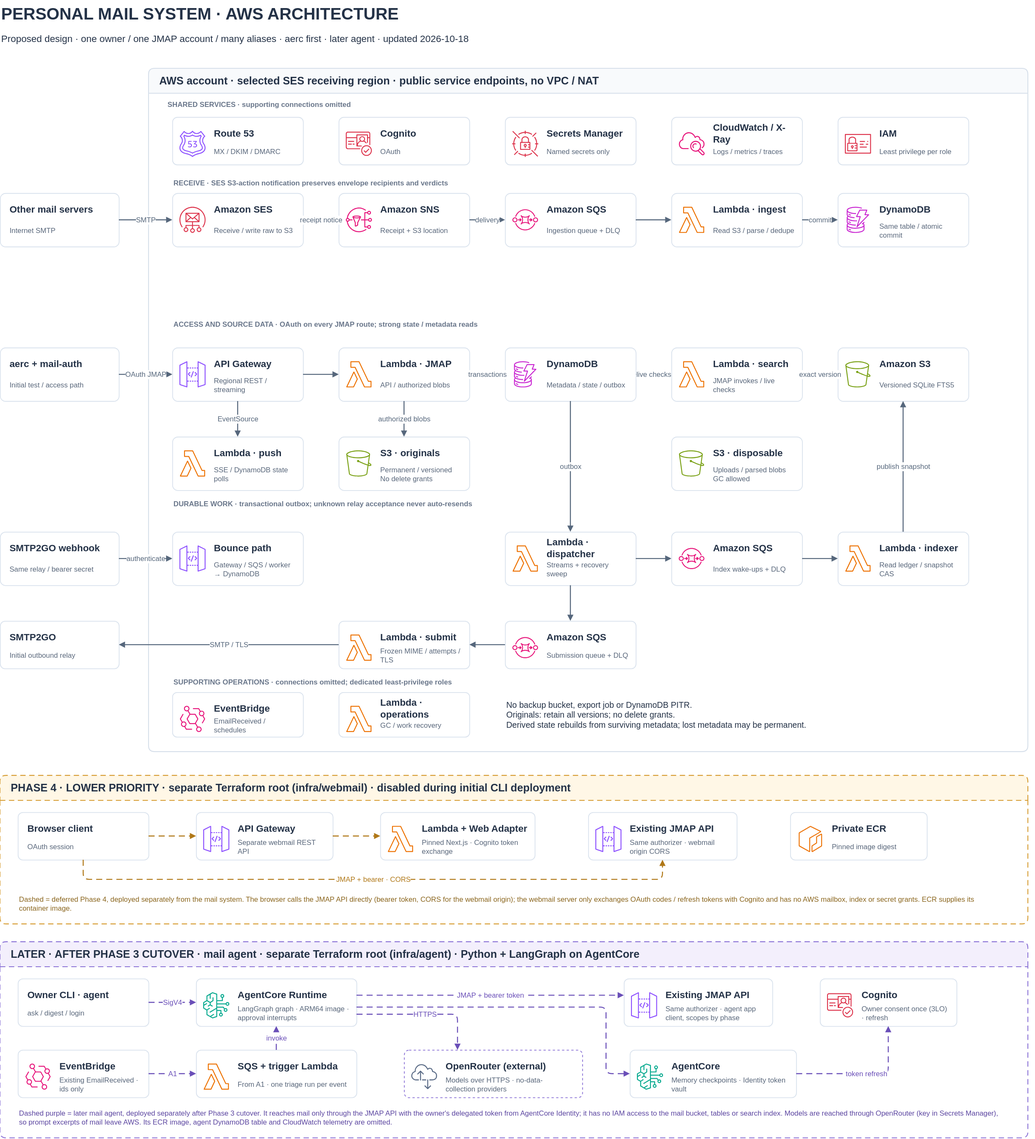
This is docs/diagrams/aws-mail-system.drawio.svg from zero11-0203/s3mail, a draw.io export, as it was before one commit. Source tidied: cells renumbered, new cells last; positions are measured from the earlier drawing's top-left corner, leaving out a move shared by most shapes.
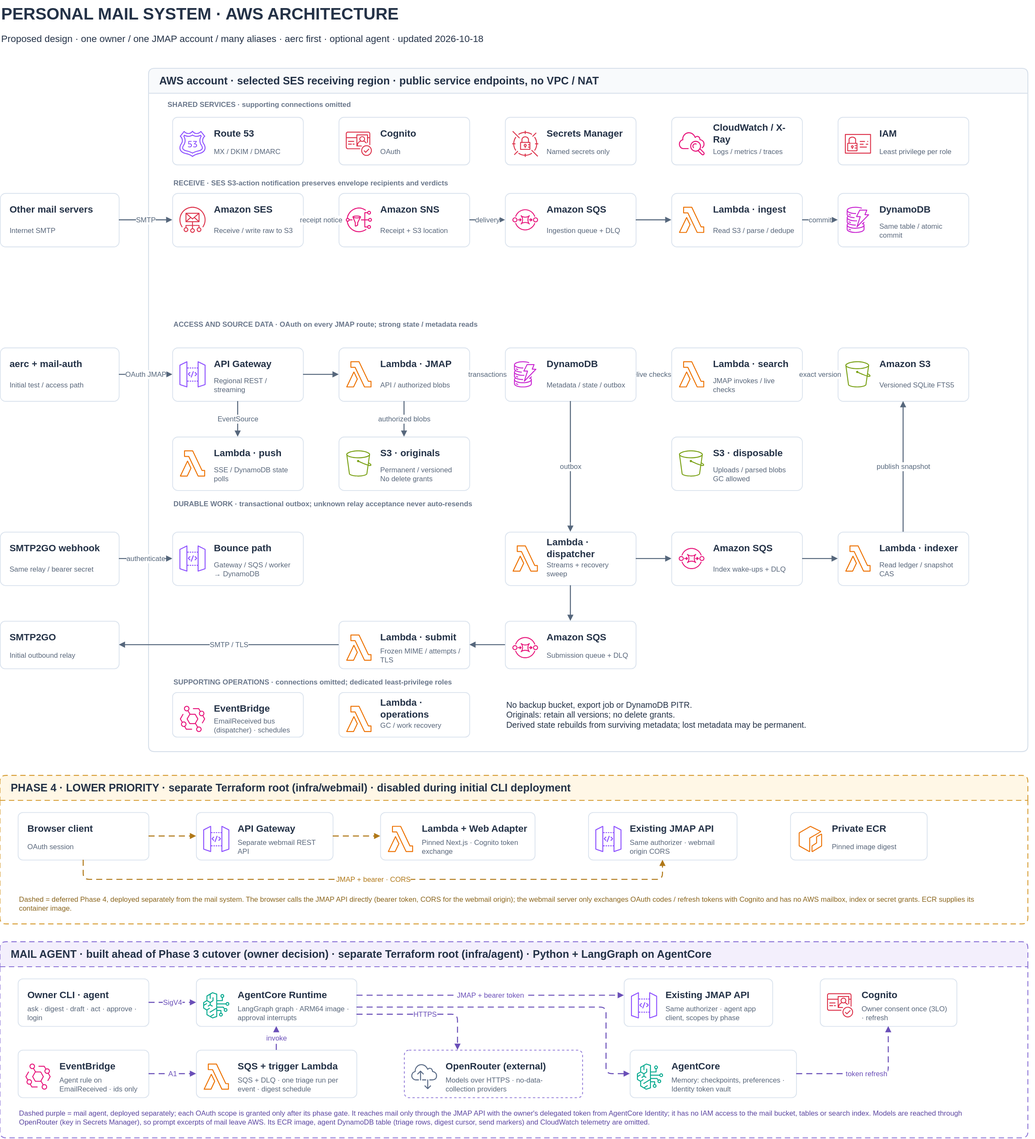
Above is the later version.

The edit, as a diff of the source:
```diff
@@ -5,7 +5,7 @@
     <mxCell id="2" value="PERSONAL MAIL SYSTEM · AWS ARCHITECTURE" style="whiteSpace=wrap;fontFamily=Helvetica;fontColor=#243247;text;strokeColor=none;fillColor=none;align=left;verticalAlign=middle;fontSize=28;fontColor=#243247;fontStyle=1;html=1;" parent="1" vertex="1">
       <mxGeometry width="1740" height="45" as="geometry" />
     </mxCell>
-    <mxCell id="3" value="Proposed design · one owner / one JMAP account / many aliases · aerc first · later agent · updated 2026-10-18" style="whiteSpace=wrap;fontFamily=Helvetica;fontColor=#243247;text;strokeColor=none;fillColor=none;align=left;verticalAlign=middle;fontSize=16;fontColor=#243247;fontStyle=0;html=1;" parent="1" vertex="1">
+    <mxCell id="3" value="Proposed design · one owner / one JMAP account / many aliases · aerc first · optional agent · updated 2026-10-18" style="whiteSpace=wrap;fontFamily=Helvetica;fontColor=#243247;text;strokeColor=none;fillColor=none;align=left;verticalAlign=middle;fontSize=16;fontColor=#243247;fontStyle=0;html=1;" parent="1" vertex="1">
       <mxGeometry y="50" width="1740" height="30" as="geometry" />
     </mxCell>
     <mxCell id="4" value="AWS account · selected SES receiving region · public service endpoints, no VPC / NAT" style="whiteSpace=wrap;fontFamily=Helvetica;fontColor=#243247;swimlane;startSize=42;rounded=1;arcSize=8;horizontal=1;align=left;spacingLeft=16;fontSize=18;fontStyle=1;strokeWidth=1.5;strokeColor=#D6DFEA;fillColor=#F8FAFC;swimlaneFillColor=#FFFFFF;html=1;" parent="1" vertex="1">
@@ -311,7 +311,7 @@
     <mxCell id="104" value="EventBridge" style="whiteSpace=wrap;fontFamily=Helvetica;fontColor=#243247;text;strokeColor=none;fillColor=none;align=left;verticalAlign=middle;fontSize=16;fontColor=#243247;fontStyle=1;html=1;" parent="102" vertex="1">
       <mxGeometry x="68" y="12" width="142" height="30" as="geometry" />
     </mxCell>
-    <mxCell id="105" value="EmailReceived / schedules" style="whiteSpace=wrap;fontFamily=Helvetica;fontColor=#243247;text;strokeColor=none;fillColor=none;align=left;verticalAlign=middle;fontSize=12;fontColor=#59677B;fontStyle=0;html=1;" parent="102" vertex="1">
+    <mxCell id="105" value="EmailReceived bus (dispatcher) · schedules" style="whiteSpace=wrap;fontFamily=Helvetica;fontColor=#243247;text;strokeColor=none;fillColor=none;align=left;verticalAlign=middle;fontSize=12;fontColor=#59677B;fontStyle=0;html=1;" parent="102" vertex="1">
       <mxGeometry x="68" y="42" width="142" height="27" as="geometry" />
     </mxCell>
     <mxCell id="106" style="whiteSpace=wrap;fontFamily=Helvetica;fontColor=#243247;rounded=1;arcSize=10;strokeColor=#D9E2ED;fillColor=#FFFFFF;strokeWidth=1.3;html=1;" parent="4" vertex="1">
@@ -514,7 +514,7 @@
     <mxCell id="170" value="Dashed = deferred Phase 4, deployed separately from the mail system. The browser calls the JMAP API directly (bearer token, CORS for the webmail origin); the webmail server only exchanges OAuth codes / refresh tokens with Cognito and has no AWS mailbox, index or secret grants. ECR supplies its container image." style="whiteSpace=wrap;fontFamily=Helvetica;fontColor=#243247;text;strokeColor=none;fillColor=none;align=left;verticalAlign=middle;fontSize=12;fontColor=#8A651D;fontStyle=0;html=1;" parent="147" vertex="1">
       <mxGeometry x="30" y="198" width="1650" height="36" as="geometry" />
     </mxCell>
-    <mxCell id="171" value="LATER · AFTER PHASE 3 CUTOVER · mail agent · separate Terraform root (infra/agent) · Python + LangGraph on AgentCore" style="whiteSpace=wrap;fontFamily=Helvetica;fontColor=#243247;swimlane;startSize=42;rounded=1;arcSize=8;horizontal=1;align=left;spacingLeft=16;fontSize=18;fontStyle=1;strokeWidth=1.5;strokeColor=#8B73D6;fillColor=#F3EFFC;swimlaneFillColor=#FFFFFF;dashed=1;dashPattern=6 4;html=1;" parent="1" vertex="1">
+    <mxCell id="171" value="MAIL AGENT · built ahead of Phase 3 cutover (owner decision) · separate Terraform root (infra/agent) · Python + LangGraph on AgentCore" style="whiteSpace=wrap;fontFamily=Helvetica;fontColor=#243247;swimlane;startSize=42;rounded=1;arcSize=8;horizontal=1;align=left;spacingLeft=16;fontSize=18;fontStyle=1;strokeWidth=1.5;strokeColor=#8B73D6;fillColor=#F3EFFC;swimlaneFillColor=#FFFFFF;dashed=1;dashPattern=6 4;html=1;" parent="1" vertex="1">
       <mxGeometry y="1585" width="1730" height="330" as="geometry" />
     </mxCell>
     <mxCell id="172" style="whiteSpace=wrap;fontFamily=Helvetica;fontColor=#243247;rounded=1;arcSize=10;strokeColor=#D9E2ED;fillColor=#FFFFFF;strokeWidth=1.3;html=1;" parent="171" vertex="1">
@@ -523,7 +523,7 @@
     <mxCell id="173" value="Owner CLI · agent" style="whiteSpace=wrap;fontFamily=Helvetica;fontColor=#243247;text;strokeColor=none;fillColor=none;align=left;verticalAlign=middle;fontSize=16;fontColor=#243247;fontStyle=1;html=1;" parent="172" vertex="1">
       <mxGeometry x="14" y="12" width="196" height="30" as="geometry" />
     </mxCell>
-    <mxCell id="174" value="ask / digest / login" style="whiteSpace=wrap;fontFamily=Helvetica;fontColor=#243247;text;strokeColor=none;fillColor=none;align=left;verticalAlign=middle;fontSize=12;fontColor=#59677B;fontStyle=0;html=1;" parent="172" vertex="1">
+    <mxCell id="174" value="ask · digest · draft · act · approve · login" style="whiteSpace=wrap;fontFamily=Helvetica;fontColor=#243247;text;strokeColor=none;fillColor=none;align=left;verticalAlign=middle;fontSize=12;fontColor=#59677B;fontStyle=0;html=1;" parent="172" vertex="1">
       <mxGeometry x="14" y="42" width="196" height="32" as="geometry" />
     </mxCell>
     <mxCell id="175" style="whiteSpace=wrap;fontFamily=Helvetica;fontColor=#243247;rounded=1;arcSize=10;strokeColor=#D9E2ED;fillColor=#FFFFFF;strokeWidth=1.3;html=1;" parent="171" vertex="1">
@@ -571,7 +571,7 @@
     <mxCell id="189" value="EventBridge" style="whiteSpace=wrap;fontFamily=Helvetica;fontColor=#243247;text;strokeColor=none;fillColor=none;align=left;verticalAlign=middle;fontSize=16;fontColor=#243247;fontStyle=1;html=1;" parent="187" vertex="1">
       <mxGeometry x="68" y="12" width="142" height="30" as="geometry" />
     </mxCell>
-    <mxCell id="190" value="Existing EmailReceived · ids only" style="whiteSpace=wrap;fontFamily=Helvetica;fontColor=#243247;text;strokeColor=none;fillColor=none;align=left;verticalAlign=middle;fontSize=12;fontColor=#59677B;fontStyle=0;html=1;" parent="187" vertex="1">
+    <mxCell id="190" value="Agent rule on EmailReceived · ids only" style="whiteSpace=wrap;fontFamily=Helvetica;fontColor=#243247;text;strokeColor=none;fillColor=none;align=left;verticalAlign=middle;fontSize=12;fontColor=#59677B;fontStyle=0;html=1;" parent="187" vertex="1">
       <mxGeometry x="68" y="42" width="142" height="32" as="geometry" />
     </mxCell>
     <mxCell id="191" style="whiteSpace=wrap;fontFamily=Helvetica;fontColor=#243247;rounded=1;arcSize=10;strokeColor=#D9E2ED;fillColor=#FFFFFF;strokeWidth=1.3;html=1;" parent="171" vertex="1">
@@ -583,7 +583,7 @@
     <mxCell id="193" value="SQS + trigger Lambda" style="whiteSpace=wrap;fontFamily=Helvetica;fontColor=#243247;text;strokeColor=none;fillColor=none;align=left;verticalAlign=middle;fontSize=16;fontColor=#243247;fontStyle=1;html=1;" parent="191" vertex="1">
       <mxGeometry x="68" y="12" width="192" height="30" as="geometry" />
     </mxCell>
-    <mxCell id="194" value="From A1 · one triage run per event" style="whiteSpace=wrap;fontFamily=Helvetica;fontColor=#243247;text;strokeColor=none;fillColor=none;align=left;verticalAlign=middle;fontSize=12;fontColor=#59677B;fontStyle=0;html=1;" parent="191" vertex="1">
+    <mxCell id="194" value="SQS + DLQ · one triage run per event · digest schedule" style="whiteSpace=wrap;fontFamily=Helvetica;fontColor=#243247;text;strokeColor=none;fillColor=none;align=left;verticalAlign=middle;fontSize=12;fontColor=#59677B;fontStyle=0;html=1;" parent="191" vertex="1">
       <mxGeometry x="68" y="42" width="192" height="32" as="geometry" />
     </mxCell>
     <mxCell id="195" style="whiteSpace=wrap;fontFamily=Helvetica;fontColor=#243247;rounded=1;arcSize=10;strokeColor=#D9E2ED;fillColor=#FFFFFF;strokeWidth=1.3;html=1;" parent="171" vertex="1">
@@ -595,7 +595,7 @@
     <mxCell id="197" value="AgentCore" style="whiteSpace=wrap;fontFamily=Helvetica;fontColor=#243247;text;strokeColor=none;fillColor=none;align=left;verticalAlign=middle;fontSize=16;fontColor=#243247;fontStyle=1;html=1;" parent="195" vertex="1">
       <mxGeometry x="68" y="12" width="202" height="30" as="geometry" />
     </mxCell>
-    <mxCell id="198" value="Memory checkpoints · Identity token vault" style="whiteSpace=wrap;fontFamily=Helvetica;fontColor=#243247;text;strokeColor=none;fillColor=none;align=left;verticalAlign=middle;fontSize=12;fontColor=#59677B;fontStyle=0;html=1;" parent="195" vertex="1">
+    <mxCell id="198" value="Memory: checkpoints, preferences · Identity token vault" style="whiteSpace=wrap;fontFamily=Helvetica;fontColor=#243247;text;strokeColor=none;fillColor=none;align=left;verticalAlign=middle;fontSize=12;fontColor=#59677B;fontStyle=0;html=1;" parent="195" vertex="1">
       <mxGeometry x="68" y="42" width="202" height="32" as="geometry" />
     </mxCell>
     <mxCell id="199" style="whiteSpace=wrap;fontFamily=Helvetica;fontColor=#243247;rounded=1;arcSize=10;strokeColor=#8B73D6;fillColor=#FFFFFF;strokeWidth=1.3;dashed=1;dashPattern=3 3;html=1;" parent="171" vertex="1">
@@ -636,7 +636,7 @@
     <mxCell id="209" value="token refresh" style="edgeStyle=orthogonalEdgeStyle;rounded=1;html=1;endArrow=block;endFill=1;strokeColor=#6A4FB8;strokeWidth=1.7;fontFamily=Helvetica;fontSize=12;fontColor=#6A4FB8;labelBackgroundColor=#FFFFFF;dashed=1;dashPattern=6 4;exitX=1;exitY=0.5;exitDx=0;exitDy=0;entryX=0.5;entryY=1;entryDx=0;entryDy=0;" parent="171" edge="1" source="195" target="183">
       <mxGeometry relative="1" as="geometry" />
     </mxCell>
-    <mxCell id="210" value="Dashed purple = later mail agent, deployed separately after Phase 3 cutover. It reaches mail only through the JMAP API with the owner's delegated token from AgentCore Identity; it has no IAM access to the mail bucket, tables or search index. Models are reached through OpenRouter (key in Secrets Manager), so prompt excerpts of mail leave AWS. Its ECR image, agent DynamoDB table and CloudWatch telemetry are omitted." style="whiteSpace=wrap;fontFamily=Helvetica;fontColor=#243247;text;strokeColor=none;fillColor=none;align=left;verticalAlign=middle;fontSize=12;fontColor=#5B45A0;fontStyle=0;html=1;" parent="171" vertex="1">
+    <mxCell id="210" value="Dashed purple = mail agent, deployed separately; each OAuth scope is granted only after its phase gate. It reaches mail only through the JMAP API with the owner's delegated token from AgentCore Identity; it has no IAM access to the mail bucket, tables or search index. Models are reached through OpenRouter (key in Secrets Manager), so prompt excerpts of mail leave AWS. Its ECR image, agent DynamoDB table (triage rows, digest cursor, send markers) and CloudWatch telemetry are omitted." style="whiteSpace=wrap;fontFamily=Helvetica;fontColor=#243247;text;strokeColor=none;fillColor=none;align=left;verticalAlign=middle;fontSize=12;fontColor=#5B45A0;fontStyle=0;html=1;" parent="171" vertex="1">
       <mxGeometry x="30" y="278" width="1650" height="36" as="geometry" />
     </mxCell>
   </root>
```
